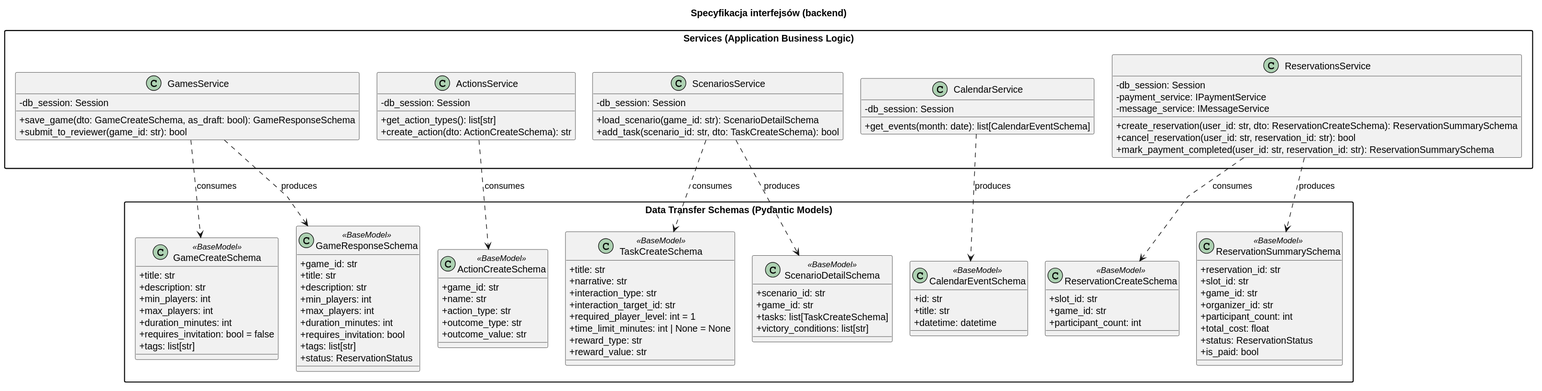
Above: diagrams/backend/rendered/interfaces.svg in Igor-Ochocki/POP-2026Z (PlantUML), before the change.
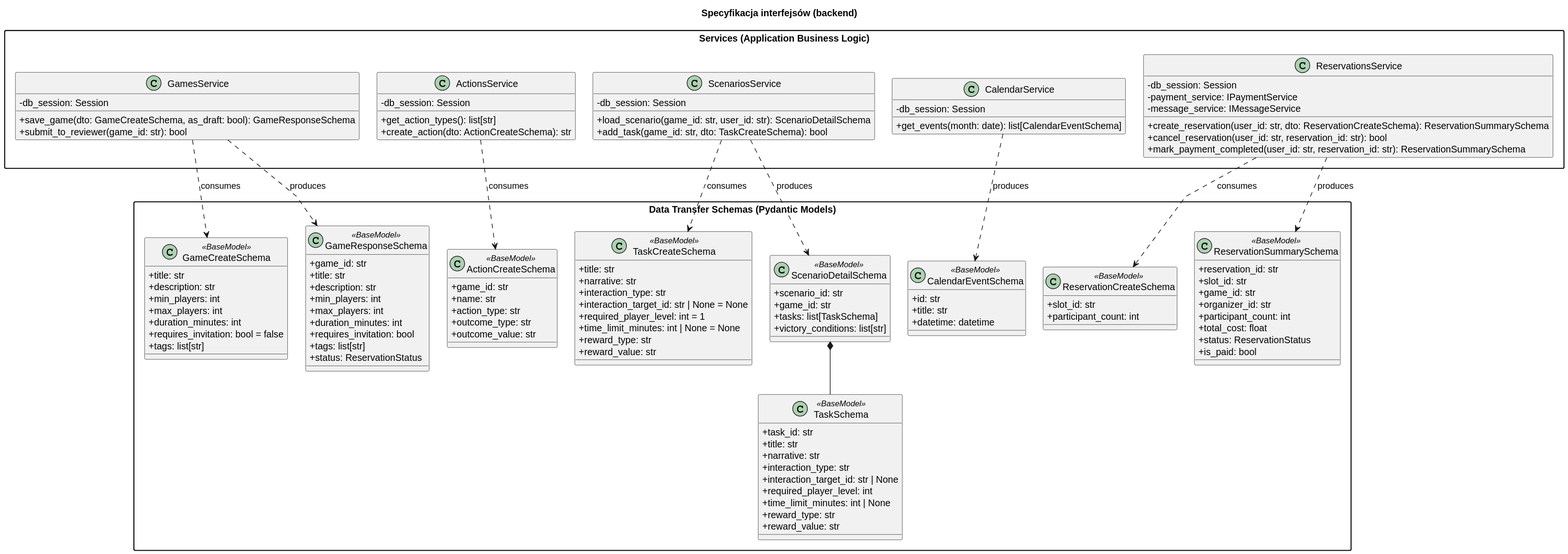
After the change.

Commit message:
Remove unnecessary game_id from one model. Update diagrams

The edit, as a diff of the source:
```diff
@@ -44,9 +44,21 @@
         + title: str
         + narrative: str
         + interaction_type: str
-        + interaction_target_id: str
+        + interaction_target_id: str | None = None
         + required_player_level: int = 1
         + time_limit_minutes: int | None = None
+        + reward_type: str
+        + reward_value: str
+    }
+
+    class TaskSchema <<BaseModel>> {
+        + task_id: str
+        + title: str
+        + narrative: str
+        + interaction_type: str
+        + interaction_target_id: str | None
+        + required_player_level: int
+        + time_limit_minutes: int | None
         + reward_type: str
         + reward_value: str
     }
@@ -54,7 +66,7 @@
     class ScenarioDetailSchema <<BaseModel>> {
         + scenario_id: str
         + game_id: str
-        + tasks: list[TaskCreateSchema]
+        + tasks: list[TaskSchema]
         + victory_conditions: list[str]
     }
 
@@ -66,7 +78,6 @@
 
     class ReservationCreateSchema <<BaseModel>> {
         + slot_id: str
-        + game_id: str
         + participant_count: int
     }
 
@@ -97,8 +108,8 @@
 
     class ScenariosService {
         - db_session: Session
-        + load_scenario(game_id: str): ScenarioDetailSchema
-        + add_task(scenario_id: str, dto: TaskCreateSchema): bool
+        + load_scenario(game_id: str, user_id: str): ScenarioDetailSchema
+        + add_task(game_id: str, dto: TaskCreateSchema): bool
     }
 
     class CalendarService {
@@ -120,6 +131,7 @@
 GamesService ..> GameResponseSchema : produces
 ActionsService ..> ActionCreateSchema : consumes
 ScenariosService ..> ScenarioDetailSchema : produces
+ScenarioDetailSchema *-- TaskSchema
 ScenariosService ..> TaskCreateSchema : consumes
 CalendarService ..> CalendarEventSchema : produces
 ReservationsService ..> ReservationCreateSchema : consumes
```
